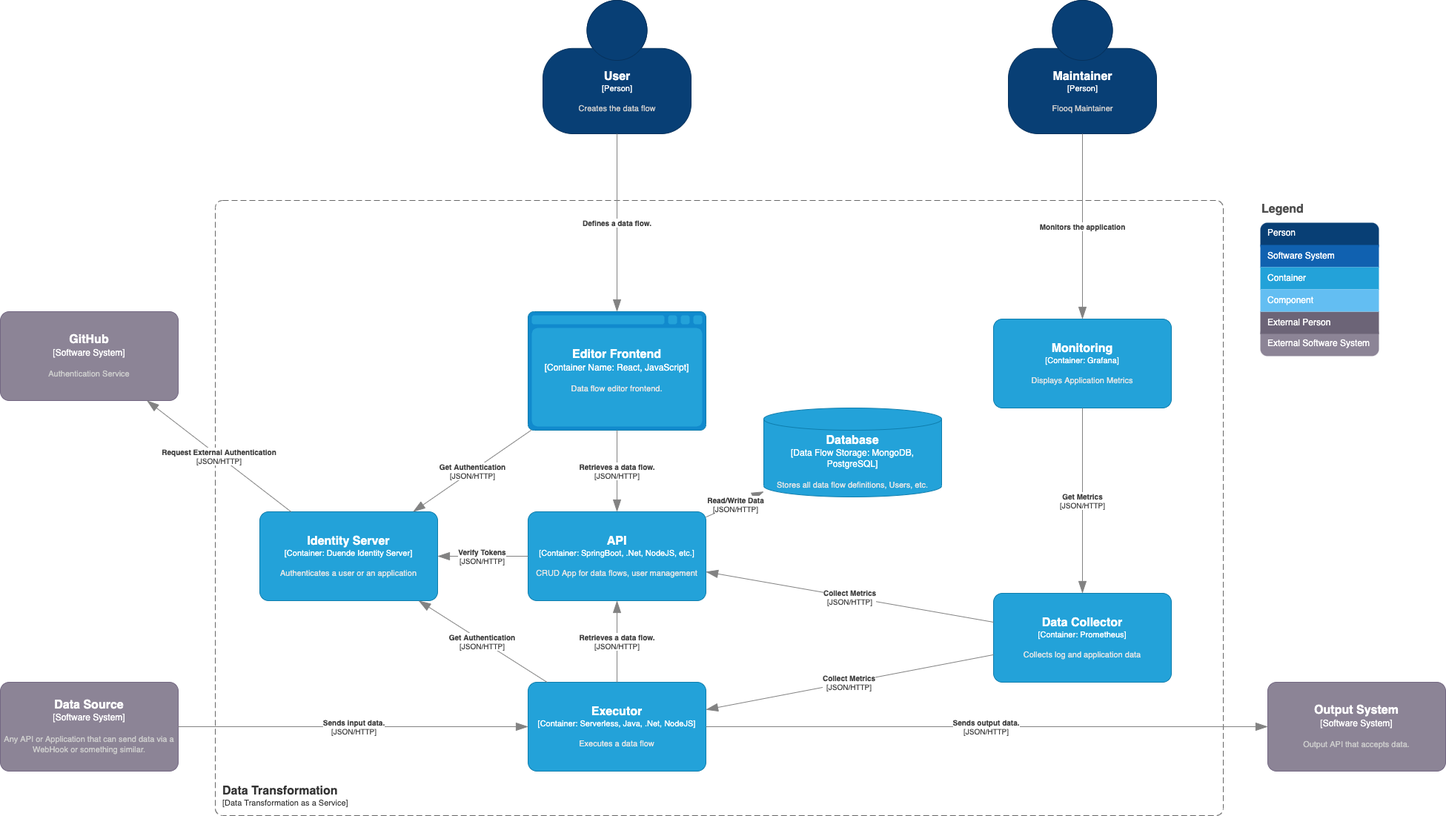
The draw.io diagram docs/assets/c4-2-container-diagram_data-transformation.dio.png in Agile-Waterfall/flooq, before a commit. Source tidied: cells renumbered, new cells last; positions are measured from the earlier drawing's top-left corner, leaving out a move shared by most shapes.
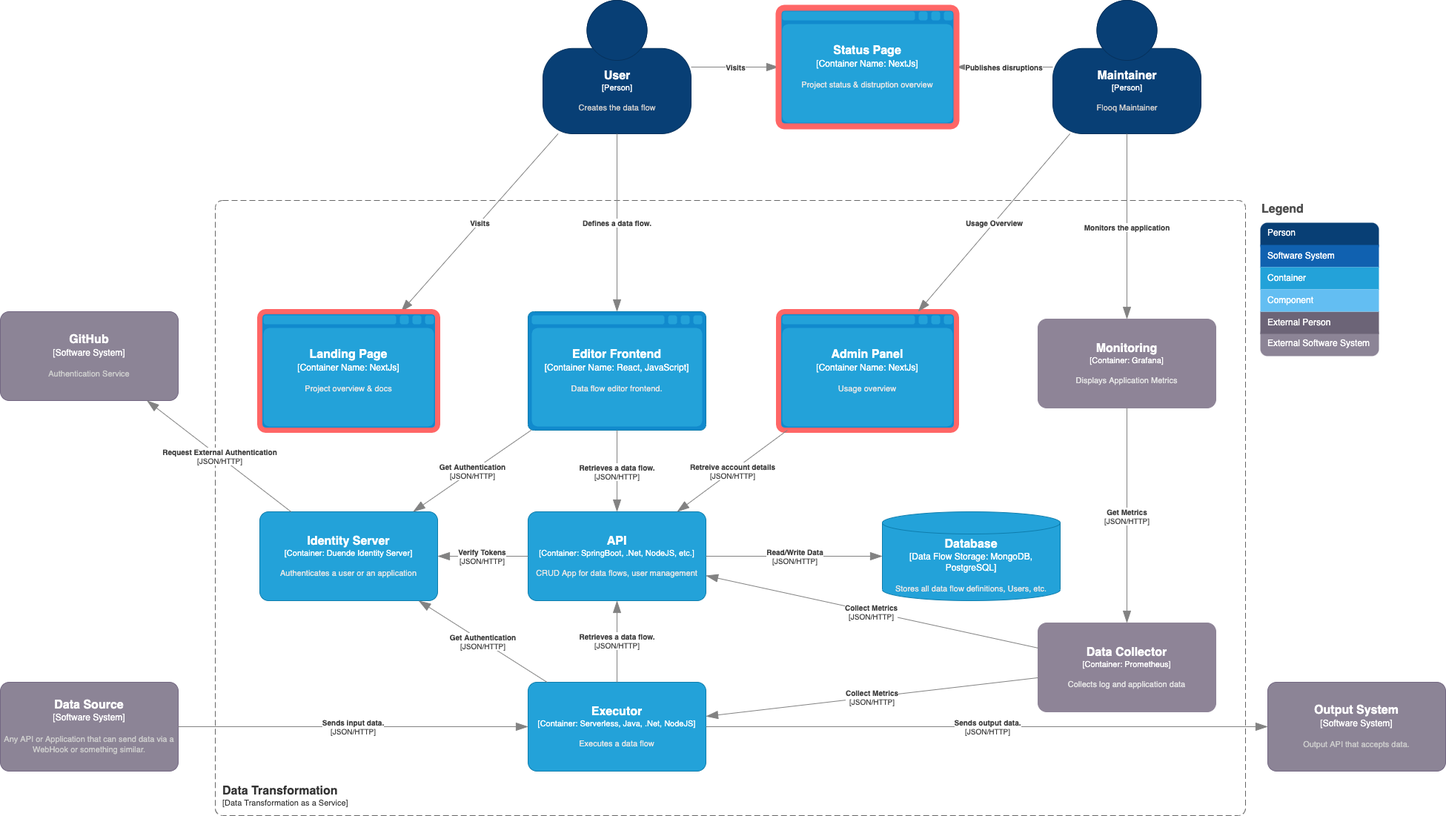
The same file after the commit.

What changed in the source:
```diff
@@ -33,7 +33,7 @@
     </object>
     <object id="11" label="&lt;font style=&quot;font-size: 16px&quot;&gt;&lt;b&gt;&lt;div style=&quot;text-align: left&quot;&gt;%c4Name%&lt;/div&gt;&lt;/b&gt;&lt;/font&gt;&lt;div style=&quot;text-align: left&quot;&gt;[%c4Application%]&lt;/div&gt;" c4Application="Data Transformation as a Service" c4Name="Data Transformation" c4Type="ContainerScopeBoundary" placeholders="1">
       <mxCell style="rounded=1;fontSize=11;whiteSpace=wrap;html=1;dashed=1;arcSize=20;fillColor=none;strokeColor=#666666;fontColor=#333333;labelBackgroundColor=none;align=left;verticalAlign=bottom;labelBorderColor=none;spacingTop=0;spacing=10;dashPattern=8 4;perimeter=rectanglePerimeter;noLabel=0;labelPadding=0;absoluteArcSize=1;" parent="1" vertex="1">
-        <mxGeometry x="290" y="270" width="1360" height="830" as="geometry" />
+        <mxGeometry x="290" y="270" width="1390" height="830" as="geometry" />
       </mxCell>
     </object>
     <object id="12" label="&lt;font style=&quot;font-size: 16px&quot;&gt;&lt;b&gt;%c4Type%&lt;/font&gt;&lt;div&gt;[%c4Container%:&amp;nbsp;%c4Technology%]&lt;/div&gt;&lt;br&gt;&lt;div&gt;&lt;font style=&quot;font-size: 11px&quot;&gt;&lt;font color=&quot;#E6E6E6&quot;&gt;%c4Description%&lt;/font&gt;&lt;/div&gt;" c4Container="Container Name" c4Description="Data flow editor frontend." c4Technology="React, JavaScript" c4Type="Editor Frontend" placeholders="1">
@@ -53,7 +53,7 @@
     </object>
     <object id="15" label="&lt;font style=&quot;font-size: 16px&quot;&gt;&lt;b&gt;%c4Type%&lt;/font&gt;&lt;div&gt;[%c4Container%:&amp;nbsp;%c4Technology%]&lt;/div&gt;&lt;br&gt;&lt;div&gt;&lt;font style=&quot;font-size: 11px&quot;&gt;&lt;font color=&quot;#E6E6E6&quot;&gt;%c4Description%&lt;/font&gt;&lt;/div&gt;" c4Container="Data Flow Storage" c4Description="Stores all data flow definitions, Users, etc. " c4Technology="MongoDB, PostgreSQL" c4Type="Database" placeholders="1">
       <mxCell style="shape=cylinder3;size=15;whiteSpace=wrap;html=1;boundedLbl=1;rounded=0;labelBackgroundColor=none;fillColor=#23A2D9;fontSize=12;fontColor=#ffffff;align=center;strokeColor=#0E7DAD;points=[[0.5,0,0],[1,0.25,0],[1,0.5,0],[1,0.75,0],[0.5,1,0],[0,0.75,0],[0,0.5,0],[0,0.25,0]];" parent="1" vertex="1">
-        <mxGeometry x="1030" y="550" width="240" height="120" as="geometry" />
+        <mxGeometry x="1190" y="690" width="240" height="120" as="geometry" />
       </mxCell>
     </object>
     <object id="16" label="&lt;font style=&quot;font-size: 16px&quot;&gt;&lt;b&gt;%c4Name%&lt;/b&gt;&lt;/font&gt;&lt;div&gt;[%c4Type%]&lt;/div&gt;&lt;br&gt;&lt;div&gt;&lt;font style=&quot;font-size: 11px&quot;&gt;&lt;font color=&quot;#cccccc&quot;&gt;%c4Description%&lt;/font&gt;&lt;/div&gt;" c4Description="Any API or Application that can send data via a WebHook or something similar." c4Name="Data Source" c4Type="Software System" placeholders="1">
@@ -117,13 +117,13 @@
       </mxCell>
     </object>
     <object id="28" label="&lt;font style=&quot;font-size: 16px&quot;&gt;&lt;b&gt;%c4Name%&lt;/b&gt;&lt;/font&gt;&lt;div&gt;[%c4Type%: %c4Technology%]&lt;/div&gt;&lt;br&gt;&lt;div&gt;&lt;font style=&quot;font-size: 11px&quot;&gt;&lt;font color=&quot;#E6E6E6&quot;&gt;%c4Description%&lt;/font&gt;&lt;/div&gt;" c4Description="Collects log and application data" c4Name="Data Collector" c4Technology="Prometheus" c4Type="Container" placeholders="1">
-      <mxCell style="rounded=1;whiteSpace=wrap;html=1;fontSize=11;labelBackgroundColor=none;fillColor=#23A2D9;fontColor=#ffffff;align=center;arcSize=10;strokeColor=#0E7DAD;points=[[0.25,0,0],[0.5,0,0],[0.75,0,0],[1,0.25,0],[1,0.5,0],[1,0.75,0],[0.75,1,0],[0.5,1,0],[0.25,1,0],[0,0.75,0],[0,0.5,0],[0,0.25,0]];" parent="1" vertex="1">
-        <mxGeometry x="1340" y="800" width="240" height="120" as="geometry" />
+      <mxCell style="rounded=1;whiteSpace=wrap;html=1;fontSize=11;labelBackgroundColor=none;fillColor=#8E8497;fontColor=#ffffff;align=center;arcSize=10;strokeColor=#8E8497;points=[[0.25,0,0],[0.5,0,0],[0.75,0,0],[1,0.25,0],[1,0.5,0],[1,0.75,0],[0.75,1,0],[0.5,1,0],[0.25,1,0],[0,0.75,0],[0,0.5,0],[0,0.25,0]];" parent="1" vertex="1">
+        <mxGeometry x="1400" y="840" width="240" height="120" as="geometry" />
       </mxCell>
     </object>
     <object id="29" label="&lt;font style=&quot;font-size: 16px&quot;&gt;&lt;b&gt;%c4Name%&lt;/b&gt;&lt;/font&gt;&lt;div&gt;[%c4Type%: %c4Technology%]&lt;/div&gt;&lt;br&gt;&lt;div&gt;&lt;font style=&quot;font-size: 11px&quot;&gt;&lt;font color=&quot;#E6E6E6&quot;&gt;%c4Description%&lt;/font&gt;&lt;/div&gt;" c4Description="Displays Application Metrics" c4Name="Monitoring" c4Technology="Grafana" c4Type="Container" placeholders="1">
-      <mxCell style="rounded=1;whiteSpace=wrap;html=1;fontSize=11;labelBackgroundColor=none;fillColor=#23A2D9;fontColor=#ffffff;align=center;arcSize=10;strokeColor=#0E7DAD;points=[[0.25,0,0],[0.5,0,0],[0.75,0,0],[1,0.25,0],[1,0.5,0],[1,0.75,0],[0.75,1,0],[0.5,1,0],[0.25,1,0],[0,0.75,0],[0,0.5,0],[0,0.25,0]];" parent="1" vertex="1">
-        <mxGeometry x="1340" y="430" width="240" height="120" as="geometry" />
+      <mxCell style="rounded=1;whiteSpace=wrap;html=1;fontSize=11;labelBackgroundColor=none;fillColor=#8E8497;fontColor=#ffffff;align=center;arcSize=10;strokeColor=#8E8497;points=[[0.25,0,0],[0.5,0,0],[0.75,0,0],[1,0.25,0],[1,0.5,0],[1,0.75,0],[0.75,1,0],[0.5,1,0],[0.25,1,0],[0,0.75,0],[0,0.5,0],[0,0.25,0]];" parent="1" vertex="1">
+        <mxGeometry x="1400" y="430" width="240" height="120" as="geometry" />
       </mxCell>
     </object>
     <object id="30" label="&lt;div style=&quot;text-align: left&quot;&gt;&lt;div style=&quot;text-align: center&quot;&gt;&lt;b&gt;%c4Description%&lt;/b&gt;&lt;/div&gt;&lt;div style=&quot;text-align: center&quot;&gt;[%c4Technology%]&lt;/div&gt;&lt;/div&gt;" c4Description="Get Metrics" c4Technology="JSON/HTTP" c4Type="Relationship" placeholders="1">
@@ -153,7 +153,7 @@
     </object>
     <object id="35" label="&lt;font style=&quot;font-size: 16px&quot;&gt;&lt;b&gt;%c4Name%&lt;/b&gt;&lt;/font&gt;&lt;div&gt;[%c4Type%]&lt;/div&gt;&lt;br&gt;&lt;div&gt;&lt;font style=&quot;font-size: 11px&quot;&gt;&lt;font color=&quot;#cccccc&quot;&gt;%c4Description%&lt;/font&gt;&lt;/div&gt;" c4Description="Flooq Maintainer" c4Name="Maintainer" c4Type="Person" placeholders="1">
       <mxCell style="html=1;fontSize=11;dashed=0;whitespace=wrap;fillColor=#083F75;strokeColor=#06315C;fontColor=#ffffff;shape=mxgraph.c4.person2;align=center;points=[[0.5,0,0],[1,0.5,0],[1,0.75,0],[0.75,1,0],[0.5,1,0],[0.25,1,0],[0,0.75,0],[0,0.5,0]];" parent="1" vertex="1">
-        <mxGeometry x="1360" width="200" height="180" as="geometry" />
+        <mxGeometry x="1420" width="200" height="180" as="geometry" />
       </mxCell>
     </object>
     <object id="36" label="&lt;div style=&quot;text-align: left&quot;&gt;&lt;div style=&quot;text-align: center&quot;&gt;&lt;b&gt;%c4Description%&lt;/b&gt;&lt;/div&gt;" c4Description="Monitors the application" c4Type="Relationship" placeholders="1">
@@ -161,5 +161,45 @@
         <mxGeometry relative="1" as="geometry" />
       </mxCell>
     </object>
+    <object id="37" label="&lt;div style=&quot;text-align: left&quot;&gt;&lt;div style=&quot;text-align: center&quot;&gt;&lt;b&gt;%c4Description%&lt;/b&gt;&lt;/div&gt;" c4Description="Visits" c4Type="Relationship" placeholders="1">
+      <mxCell style="endArrow=blockThin;html=1;fontSize=10;fontColor=#404040;strokeWidth=1;endFill=1;strokeColor=#828282;elbow=vertical;endSize=14;startSize=14;jumpStyle=arc;jumpSize=16;rounded=0;" parent="1" edge="1" source="10" target="40">
+        <mxGeometry relative="1" as="geometry" />
+      </mxCell>
+    </object>
+    <object id="38" label="&lt;div style=&quot;text-align: left&quot;&gt;&lt;div style=&quot;text-align: center&quot;&gt;&lt;b&gt;%c4Description%&lt;/b&gt;&lt;/div&gt;" c4Description="Visits" c4Type="Relationship" placeholders="1">
+      <mxCell style="endArrow=blockThin;html=1;fontSize=10;fontColor=#404040;strokeWidth=1;endFill=1;strokeColor=#828282;elbow=vertical;endSize=14;startSize=14;jumpStyle=arc;jumpSize=16;rounded=0;" parent="1" edge="1" source="10" target="41">
+        <mxGeometry relative="1" as="geometry" />
+      </mxCell>
+    </object>
+    <object id="39" label="&lt;div style=&quot;text-align: left&quot;&gt;&lt;div style=&quot;text-align: center&quot;&gt;&lt;b&gt;%c4Description%&lt;/b&gt;&lt;/div&gt;" c4Description="Publishes disruptions" c4Type="Relationship" placeholders="1">
+      <mxCell style="endArrow=blockThin;html=1;fontSize=10;fontColor=#404040;strokeWidth=1;endFill=1;strokeColor=#828282;elbow=vertical;endSize=14;startSize=14;jumpStyle=arc;jumpSize=16;rounded=0;" parent="1" edge="1" source="35" target="41">
+        <mxGeometry relative="1" as="geometry" />
+      </mxCell>
+    </object>
+    <object id="40" label="&lt;font style=&quot;font-size: 16px&quot;&gt;&lt;b&gt;%c4Type%&lt;/font&gt;&lt;div&gt;[%c4Container%:&amp;nbsp;%c4Technology%]&lt;/div&gt;&lt;br&gt;&lt;div&gt;&lt;font style=&quot;font-size: 11px&quot;&gt;&lt;font color=&quot;#E6E6E6&quot;&gt;%c4Description%&lt;/font&gt;&lt;/div&gt;" c4Container="Container Name" c4Description="Project overview &amp; docs" c4Technology="NextJs" c4Type="Landing Page" placeholders="1">
+      <mxCell style="shape=mxgraph.c4.webBrowserContainer;whiteSpace=wrap;html=1;boundedLbl=1;rounded=0;labelBackgroundColor=none;fillColor=#118ACD;fontSize=12;fontColor=#ffffff;align=center;strokeColor=#FF6666;points=[[0.5,0,0],[1,0.25,0],[1,0.5,0],[1,0.75,0],[0.5,1,0],[0,0.75,0],[0,0.5,0],[0,0.25,0]];gradientColor=none;strokeWidth=7;" parent="1" vertex="1">
+        <mxGeometry x="350" y="420" width="240" height="160" as="geometry" />
+      </mxCell>
+    </object>
+    <object id="41" label="&lt;font style=&quot;font-size: 16px&quot;&gt;&lt;b&gt;%c4Type%&lt;/font&gt;&lt;div&gt;[%c4Container%:&amp;nbsp;%c4Technology%]&lt;/div&gt;&lt;br&gt;&lt;div&gt;&lt;font style=&quot;font-size: 11px&quot;&gt;&lt;font color=&quot;#E6E6E6&quot;&gt;%c4Description%&lt;/font&gt;&lt;/div&gt;" c4Container="Container Name" c4Description="Project status &amp; distruption overview" c4Technology="NextJs" c4Type="Status Page" placeholders="1">
+      <mxCell style="shape=mxgraph.c4.webBrowserContainer;whiteSpace=wrap;html=1;boundedLbl=1;rounded=0;labelBackgroundColor=none;fillColor=#118ACD;fontSize=12;fontColor=#ffffff;align=center;strokeColor=#FF6666;points=[[0.5,0,0],[1,0.25,0],[1,0.5,0],[1,0.75,0],[0.5,1,0],[0,0.75,0],[0,0.5,0],[0,0.25,0]];strokeWidth=8;" parent="1" vertex="1">
+        <mxGeometry x="1050" y="10" width="240" height="160" as="geometry" />
+      </mxCell>
+    </object>
+    <object id="42" label="&lt;font style=&quot;font-size: 16px&quot;&gt;&lt;b&gt;%c4Type%&lt;/font&gt;&lt;div&gt;[%c4Container%:&amp;nbsp;%c4Technology%]&lt;/div&gt;&lt;br&gt;&lt;div&gt;&lt;font style=&quot;font-size: 11px&quot;&gt;&lt;font color=&quot;#E6E6E6&quot;&gt;%c4Description%&lt;/font&gt;&lt;/div&gt;" c4Container="Container Name" c4Description="Usage overview" c4Technology="NextJs" c4Type="Admin Panel" placeholders="1">
+      <mxCell style="shape=mxgraph.c4.webBrowserContainer;whiteSpace=wrap;html=1;boundedLbl=1;rounded=0;labelBackgroundColor=none;fillColor=#118ACD;fontSize=12;fontColor=#ffffff;align=center;strokeColor=#FF6666;points=[[0.5,0,0],[1,0.25,0],[1,0.5,0],[1,0.75,0],[0.5,1,0],[0,0.75,0],[0,0.5,0],[0,0.25,0]];strokeWidth=7;" parent="1" vertex="1">
+        <mxGeometry x="1050" y="420" width="240" height="160" as="geometry" />
+      </mxCell>
+    </object>
+    <object id="43" label="&lt;div style=&quot;text-align: left&quot;&gt;&lt;div style=&quot;text-align: center&quot;&gt;&lt;b&gt;%c4Description%&lt;/b&gt;&lt;/div&gt;" c4Description="Usage Overview" c4Type="Relationship" placeholders="1">
+      <mxCell style="endArrow=blockThin;html=1;fontSize=10;fontColor=#404040;strokeWidth=1;endFill=1;strokeColor=#828282;elbow=vertical;endSize=14;startSize=14;jumpStyle=arc;jumpSize=16;rounded=0;" parent="1" edge="1" source="35" target="42">
+        <mxGeometry relative="1" as="geometry" />
+      </mxCell>
+    </object>
+    <object id="44" label="&lt;div style=&quot;text-align: left&quot;&gt;&lt;div style=&quot;text-align: center&quot;&gt;&lt;b&gt;%c4Description%&lt;/b&gt;&lt;/div&gt;&lt;div style=&quot;text-align: center&quot;&gt;[%c4Technology%]&lt;/div&gt;&lt;/div&gt;" c4Description="Retreive account details" c4Technology="JSON/HTTP" c4Type="Relationship" placeholders="1">
+      <mxCell style="endArrow=blockThin;html=1;fontSize=10;fontColor=#404040;strokeWidth=1;endFill=1;strokeColor=#828282;elbow=vertical;endSize=14;startSize=14;jumpStyle=arc;jumpSize=16;rounded=0;" parent="1" edge="1" source="42" target="13">
+        <mxGeometry relative="1" as="geometry" />
+      </mxCell>
+    </object>
   </root>
 </mxGraphModel>
```
